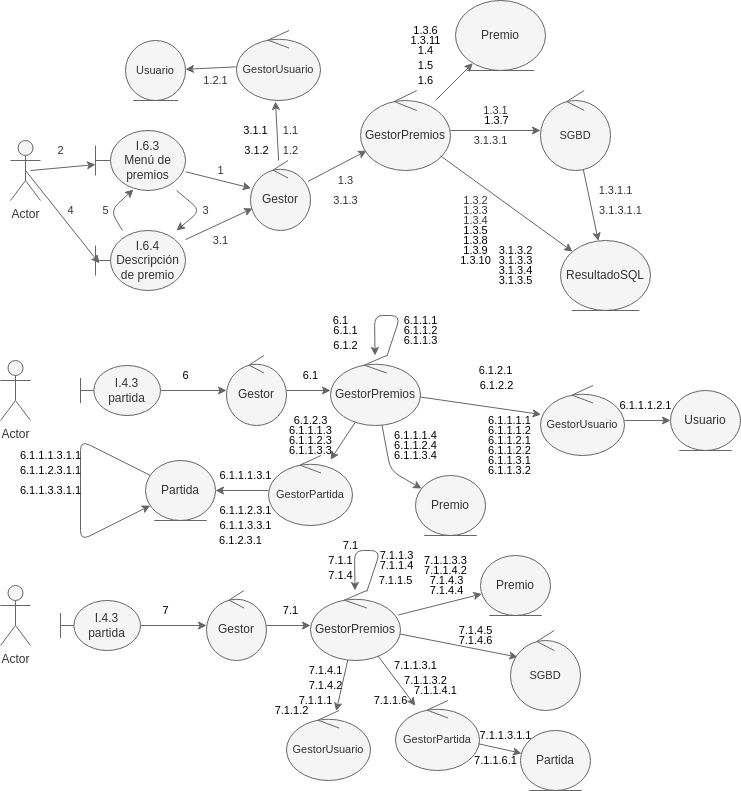
Before: documentacion/funcionalidad 6/dcomunicacion.png, a diagram exported from draw.io (mikel-egana-aranguren/ADSI-22-23-Tetris). Source tidied: cells renumbered, new cells last; positions are measured from the earlier drawing's top-left corner, leaving out a move shared by most shapes.
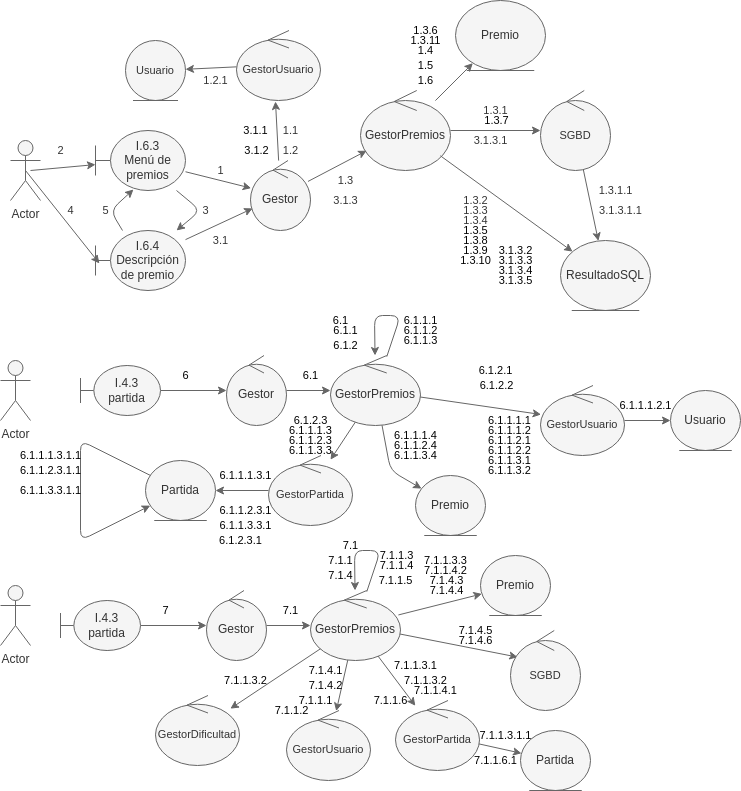
The same file after the commit.

Commit message:
finalizar diagrama de comunicación 6

The edit, as a diff of the source:
```diff
@@ -231,6 +231,9 @@
     <mxCell id="69" style="edgeStyle=none;shape=connector;rounded=1;html=1;labelBackgroundColor=default;fontFamily=Helvetica;fontSize=11;fontColor=#000000;endArrow=classic;strokeColor=#666666;fillColor=#f5f5f5;" parent="1" edge="1" source="81" target="124">
       <mxGeometry relative="1" as="geometry" />
     </mxCell>
+    <mxCell id="149" style="edgeStyle=none;html=1;fontSize=11;fontColor=#000000;fillColor=#f5f5f5;strokeColor=#666666;" parent="1" edge="1" source="81" target="150">
+      <mxGeometry relative="1" as="geometry" />
+    </mxCell>
     <mxCell id="70" value="Actor" style="shape=umlActor;verticalLabelPosition=bottom;verticalAlign=top;html=1;fillColor=#f5f5f5;fontColor=#333333;strokeColor=#666666;" parent="1" vertex="1">
       <mxGeometry y="585" width="30" height="60" as="geometry" />
     </mxCell>
@@ -473,5 +476,11 @@
     <mxCell id="148" value="1.3.10" style="text;html=1;align=center;verticalAlign=middle;strokeColor=none;fillColor=none;fontSize=11;fontColor=#000000;" parent="1" vertex="1">
       <mxGeometry x="450" y="250" width="50" height="20" as="geometry" />
     </mxCell>
+    <mxCell id="150" value="GestorDificultad" style="ellipse;shape=umlControl;whiteSpace=wrap;html=1;fontFamily=Helvetica;fontSize=11;fontColor=#333333;strokeColor=#666666;fillColor=#f5f5f5;" parent="1" vertex="1">
+      <mxGeometry x="155" y="695" width="84" height="70" as="geometry" />
+    </mxCell>
+    <mxCell id="151" value="7.1.1.3.2" style="text;html=1;align=center;verticalAlign=middle;strokeColor=none;fillColor=none;fontSize=11;fontColor=#000000;" parent="1" vertex="1">
+      <mxGeometry x="215" y="670" width="60" height="20" as="geometry" />
+    </mxCell>
   </root>
 </mxGraphModel>
```
